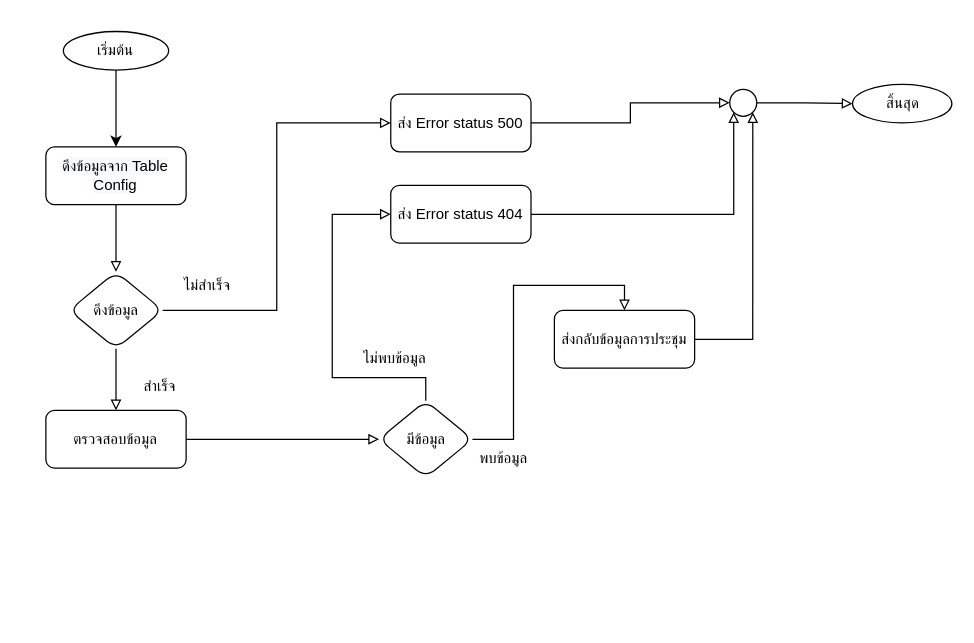
The draw.io diagram meetingInfo.drawio in charifrodmanee/charifrodmanee, before the edit. Source tidied: cells renumbered, new cells numbered last; positions are measured from the earlier drawing's top-left corner, leaving out a move shared by most shapes. Both pictures are drawn from the tidied source at 125%, with x=0, y=0 at pixel (21, 21).
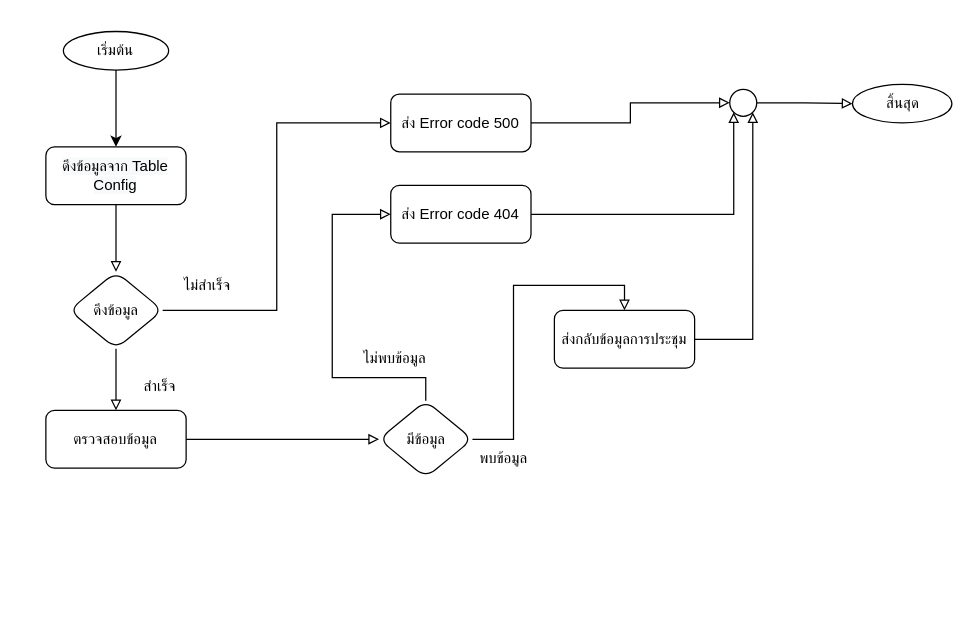
Above is the later version.

The change refers to these unchanged cells:
```xml
<mxCell id="3" style="group;" parent="2" vertex="1">
  <mxGeometry x="19.2" y="7.7" width="724.8" height="356.9" as="geometry" />
</mxCell>
```

What changed in the source:
```diff
@@
-    <mxCell id="8" value="ส่ง Error status 500" style="whiteSpace=wrap;html=1;rounded=1;" parent="3" vertex="1">
+    <mxCell id="8" value="ส่ง Error code 500" style="whiteSpace=wrap;html=1;rounded=1;" parent="3" vertex="1">
       <mxGeometry x="275.9" y="50" width="112.2" height="46.2" as="geometry" />
     </mxCell>
@@
-    <mxCell id="18" value="ส่ง Error status 404" style="whiteSpace=wrap;html=1;rounded=1;" parent="3" vertex="1">
+    <mxCell id="18" value="ส่ง Error code 404" style="whiteSpace=wrap;html=1;rounded=1;" parent="3" vertex="1">
       <mxGeometry x="275.9" y="123.1" width="112.2" height="46.2" as="geometry" />
     </mxCell>
```
